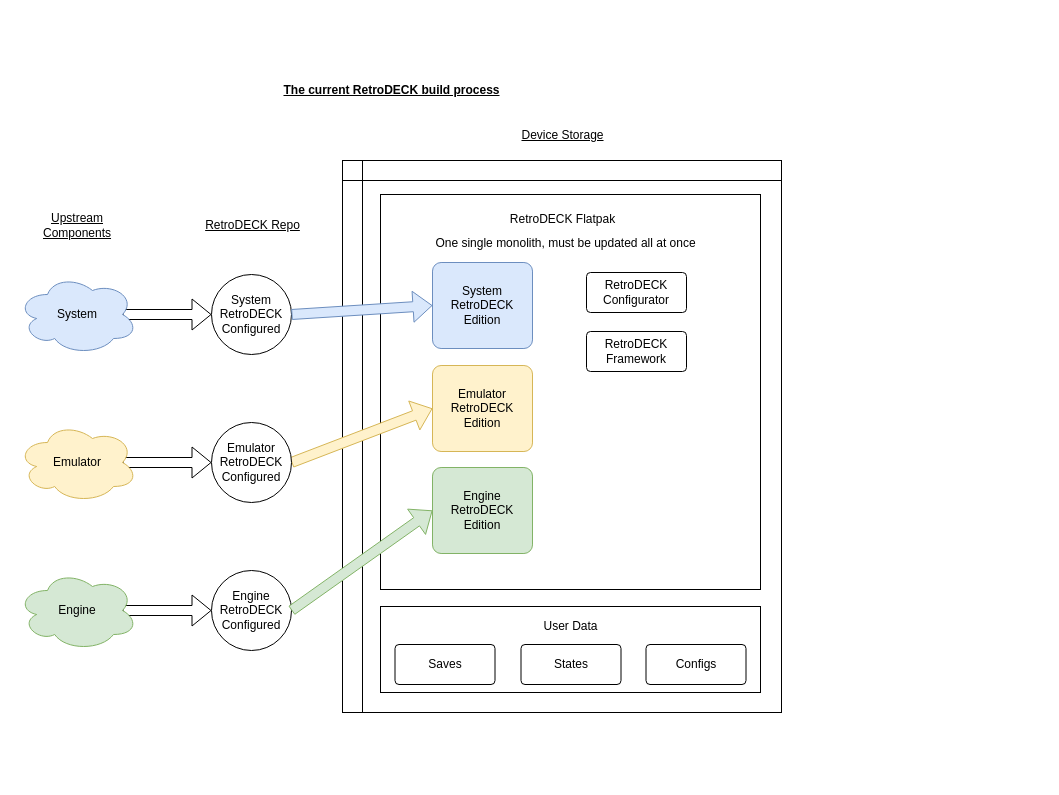
This is wiki-rtd/docs/wip/RetroDECK Classic.drawio from RetroDECK/Wiki, a draw.io file, before an edit. Source tidied: cells renumbered, new cells numbered last; positions are measured from the earlier drawing's top-left corner, leaving out a move shared by most shapes. Both pictures are drawn from the tidied source at 100%, with x=0, y=0 at pixel (17, 75).
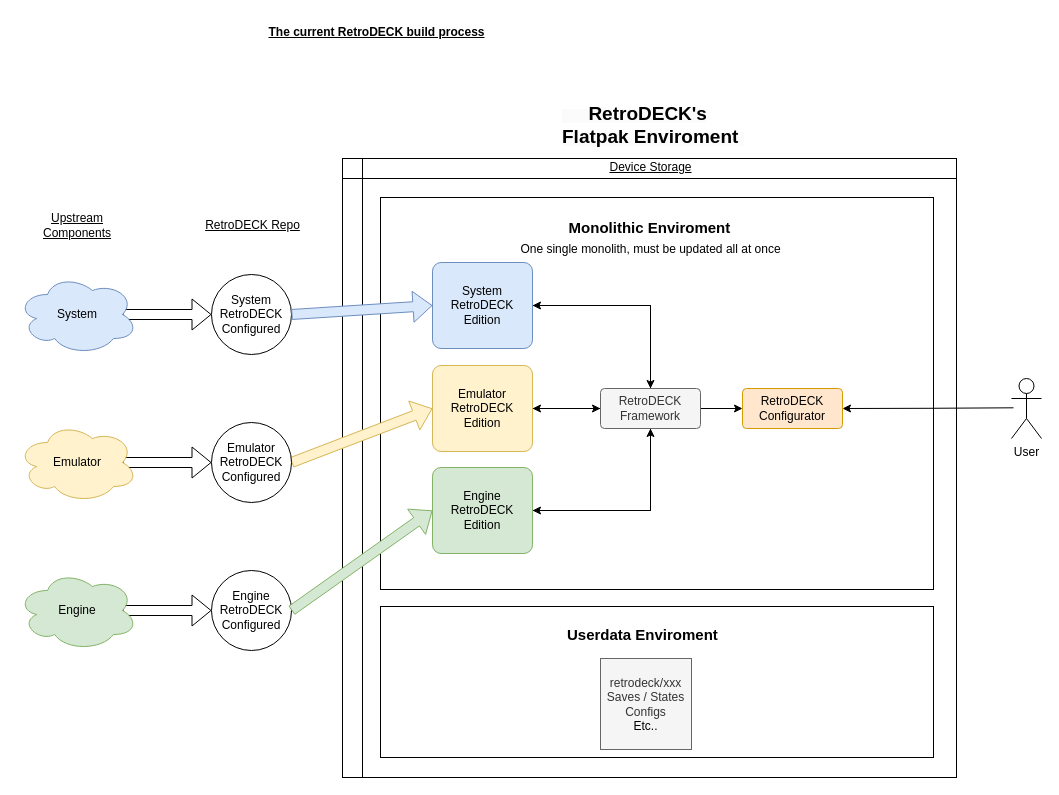
The same diagram, later.

Unchanged cells that the change refers to:
```xml
<mxCell id="25" value="System&lt;div&gt;RetroDECK&lt;/div&gt;&lt;div&gt;Edition&lt;/div&gt;" style="rounded=1;arcSize=10;whiteSpace=wrap;html=1;align=center;fillColor=#dae8fc;strokeColor=#6c8ebf;" parent="1" vertex="1">
  <mxGeometry x="415" y="187" width="100" height="86" as="geometry" />
</mxCell>
<mxCell id="26" value="&lt;div&gt;&lt;div&gt;Engine&lt;/div&gt;&lt;div&gt;RetroDECK&lt;/div&gt;&lt;div&gt;Edition&lt;/div&gt;&lt;/div&gt;" style="rounded=1;arcSize=10;whiteSpace=wrap;html=1;align=center;fillColor=#d5e8d4;strokeColor=#82b366;" parent="1" vertex="1">
  <mxGeometry x="415" y="392" width="100" height="86" as="geometry" />
</mxCell>
<mxCell id="27" value="Emulator&lt;div&gt;RetroDECK&lt;/div&gt;&lt;div&gt;Edition&lt;/div&gt;" style="rounded=1;arcSize=10;whiteSpace=wrap;html=1;align=center;fillColor=#fff2cc;strokeColor=#d6b656;" parent="1" vertex="1">
  <mxGeometry x="415" y="290" width="100" height="86" as="geometry" />
</mxCell>
```

What changed in the source:
```diff
@@
     <mxCell id="2" style="shape=internalStorage;whiteSpace=wrap;html=1;backgroundOutline=1;" parent="1" vertex="1">
-      <mxGeometry x="325" y="85" width="439" height="552" as="geometry" />
+      <mxGeometry x="325" y="83" width="614" height="619" as="geometry" />
     </mxCell>
@@
     <mxCell id="6" style="rounded=0;whiteSpace=wrap;html=1;" parent="1" vertex="1">
-      <mxGeometry x="363" y="119" width="380" height="395" as="geometry" />
+      <mxGeometry x="363" y="122" width="553" height="392" as="geometry" />
     </mxCell>
-    <mxCell id="7" value="RetroDECK Flatpak" style="text;html=1;align=center;verticalAlign=middle;strokeColor=none;fillColor=none;" parent="1" vertex="1">
-      <mxGeometry x="483" y="131" width="123" height="26" as="geometry" />
+    <mxCell id="7" value="&lt;b&gt;&lt;font style=&quot;font-size: 15px;&quot;&gt;&lt;br&gt;Monolithic&amp;nbsp;&lt;span style=&quot;background-color: transparent; color: light-dark(rgb(0, 0, 0), rgb(255, 255, 255));&quot;&gt;Enviroment&amp;nbsp;&lt;/span&gt;&lt;/font&gt;&lt;/b&gt;" style="text;html=1;align=center;verticalAlign=middle;strokeColor=none;fillColor=none;" parent="1" vertex="1">
+      <mxGeometry x="541.5" y="119" width="184" height="48" as="geometry" />
     </mxCell>
@@
     <mxCell id="12" value="&lt;b&gt;&lt;u&gt;The current RetroDECK build process&lt;/u&gt;&lt;/b&gt;" style="text;html=1;align=center;verticalAlign=middle;whiteSpace=wrap;rounded=0;" parent="1" vertex="1">
-      <mxGeometry x="203" width="343" height="30" as="geometry" />
+      <mxGeometry x="188" y="-58" width="343" height="30" as="geometry" />
     </mxCell>
@@
     <mxCell id="14" value="One single monolith, must be updated all at once" style="text;html=1;align=center;verticalAlign=middle;strokeColor=none;fillColor=none;" parent="1" vertex="1">
-      <mxGeometry x="409" y="155" width="278" height="26" as="geometry" />
+      <mxGeometry x="494" y="161" width="278" height="26" as="geometry" />
     </mxCell>
     <mxCell id="15" value="&lt;u&gt;Device Storage&lt;/u&gt;" style="text;html=1;align=center;verticalAlign=middle;strokeColor=none;fillColor=none;" parent="1" vertex="1">
-      <mxGeometry x="494.5" y="47" width="100" height="26" as="geometry" />
+      <mxGeometry x="583" y="79" width="100" height="26" as="geometry" />
     </mxCell>
+    <mxCell id="32" style="edgeStyle=orthogonalEdgeStyle;rounded=0;jettySize=auto;html=1;entryX=1;entryY=0.5;entryDx=0;entryDy=0;exitX=0.5;exitY=0;exitDx=0;exitDy=0;" parent="1" edge="1" source="16" target="25">
+      <mxGeometry relative="1" as="geometry" />
+    </mxCell>
+    <mxCell id="33" style="edgeStyle=orthogonalEdgeStyle;rounded=0;jettySize=auto;html=1;" parent="1" edge="1" source="16" target="27">
+      <mxGeometry relative="1" as="geometry" />
+    </mxCell>
+    <mxCell id="34" style="edgeStyle=orthogonalEdgeStyle;rounded=0;jettySize=auto;html=1;entryX=1;entryY=0.5;entryDx=0;entryDy=0;exitX=0.5;exitY=1;exitDx=0;exitDy=0;" parent="1" edge="1" source="16" target="26">
+      <mxGeometry relative="1" as="geometry" />
+    </mxCell>
+    <mxCell id="35" style="edgeStyle=orthogonalEdgeStyle;rounded=0;jettySize=auto;html=1;exitX=1;exitY=0.5;exitDx=0;exitDy=0;" parent="1" edge="1" source="16" target="17">
+      <mxGeometry relative="1" as="geometry" />
+    </mxCell>
-    <mxCell id="16" value="RetroDECK&lt;div&gt;Framework&lt;/div&gt;" style="rounded=1;arcSize=10;whiteSpace=wrap;html=1;align=center;" parent="1" vertex="1">
-      <mxGeometry x="569" y="256" width="100" height="40" as="geometry" />
+    <mxCell id="16" value="RetroDECK&lt;div&gt;Framework&lt;/div&gt;" style="rounded=1;arcSize=10;whiteSpace=wrap;html=1;align=center;fillColor=#f5f5f5;fontColor=#333333;strokeColor=#666666;" parent="1" vertex="1">
+      <mxGeometry x="583" y="313" width="100" height="40" as="geometry" />
     </mxCell>
-    <mxCell id="17" value="RetroDECK&lt;div&gt;Configurator&lt;/div&gt;" style="rounded=1;arcSize=10;whiteSpace=wrap;html=1;align=center;" parent="1" vertex="1">
-      <mxGeometry x="569" y="197" width="100" height="40" as="geometry" />
+    <mxCell id="17" value="RetroDECK&lt;div&gt;Configurator&lt;/div&gt;" style="rounded=1;arcSize=10;whiteSpace=wrap;html=1;align=center;fillColor=#ffe6cc;strokeColor=#d79b00;" parent="1" vertex="1">
+      <mxGeometry x="725" y="313" width="100" height="40" as="geometry" />
     </mxCell>
     <mxCell id="18" style="rounded=0;whiteSpace=wrap;html=1;" parent="1" vertex="1">
-      <mxGeometry x="363" y="531" width="380" height="86" as="geometry" />
+      <mxGeometry x="363" y="531" width="553" height="151" as="geometry" />
     </mxCell>
-    <mxCell id="19" value="User Data" style="text;html=1;align=center;verticalAlign=middle;strokeColor=none;fillColor=none;" parent="1" vertex="1">
-      <mxGeometry x="517" y="538" width="72" height="26" as="geometry" />
-    </mxCell>
-    <mxCell id="20" value="Saves" style="rounded=1;arcSize=10;whiteSpace=wrap;html=1;align=center;" parent="1" vertex="1">
-      <mxGeometry x="377.5" y="569" width="100" height="40" as="geometry" />
-    </mxCell>
-    <mxCell id="21" value="States" style="rounded=1;arcSize=10;whiteSpace=wrap;html=1;align=center;" parent="1" vertex="1">
-      <mxGeometry x="503.5" y="569" width="100" height="40" as="geometry" />
-    </mxCell>
-    <mxCell id="22" value="Configs" style="rounded=1;arcSize=10;whiteSpace=wrap;html=1;align=center;" parent="1" vertex="1">
-      <mxGeometry x="628.5" y="569" width="100" height="40" as="geometry" />
-    </mxCell>
@@
+    <mxCell id="36" style="edgeStyle=orthogonalEdgeStyle;rounded=0;jettySize=auto;html=1;entryX=0.5;entryY=0;entryDx=0;entryDy=0;" parent="1" edge="1" source="25" target="16">
+      <mxGeometry relative="1" as="geometry" />
+    </mxCell>
@@
+    <mxCell id="37" style="edgeStyle=orthogonalEdgeStyle;rounded=0;jettySize=auto;html=1;entryX=0.5;entryY=1;entryDx=0;entryDy=0;" parent="1" edge="1" source="26" target="16">
+      <mxGeometry relative="1" as="geometry" />
+    </mxCell>
@@
+    <mxCell id="38" style="edgeStyle=orthogonalEdgeStyle;rounded=0;jettySize=auto;html=1;entryX=0;entryY=0.5;entryDx=0;entryDy=0;" parent="1" edge="1" source="27" target="16">
+      <mxGeometry relative="1" as="geometry" />
+    </mxCell>
@@
+    <mxCell id="39" style="edgeStyle=orthogonalEdgeStyle;rounded=0;orthogonalLoop=1;jettySize=auto;html=1;exitX=0.5;exitY=1;exitDx=0;exitDy=0;" parent="1" edge="1" source="16" target="16">
+      <mxGeometry relative="1" as="geometry" />
+    </mxCell>
+    <mxCell id="40" value="&lt;b&gt;&lt;font style=&quot;font-size: 15px;&quot;&gt;Userdata&amp;nbsp;&lt;span style=&quot;background-color: transparent; color: light-dark(rgb(0, 0, 0), rgb(255, 255, 255));&quot;&gt;Enviroment&amp;nbsp;&lt;/span&gt;&lt;/font&gt;&lt;/b&gt;" style="text;html=1;align=center;verticalAlign=middle;strokeColor=none;fillColor=none;" parent="1" vertex="1">
+      <mxGeometry x="540" y="544" width="173" height="30" as="geometry" />
+    </mxCell>
+    <mxCell id="41" value="&lt;div&gt;retrodeck/xxx&lt;/div&gt;&lt;div&gt;Saves / States&lt;/div&gt;&lt;div&gt;Configs&lt;span style=&quot;background-color: transparent; color: light-dark(rgb(0, 0, 0), rgb(255, 255, 255));&quot;&gt;&lt;br&gt;&lt;/span&gt;&lt;/div&gt;&lt;div&gt;&lt;span style=&quot;background-color: transparent; color: light-dark(rgb(0, 0, 0), rgb(255, 255, 255));&quot;&gt;Etc..&lt;/span&gt;&lt;/div&gt;" style="whiteSpace=wrap;html=1;fillColor=#f5f5f5;fontColor=#333333;strokeColor=#666666;" parent="1" vertex="1">
+      <mxGeometry x="583" y="583" width="91" height="91" as="geometry" />
+    </mxCell>
+    <mxCell id="42" value="&lt;b style=&quot;forced-color-adjust: none; color: rgb(0, 0, 0); font-family: Helvetica; font-style: normal; font-variant-ligatures: normal; font-variant-caps: normal; letter-spacing: normal; orphans: 2; text-align: center; text-indent: 0px; text-transform: none; widows: 2; word-spacing: 0px; -webkit-text-stroke-width: 0px; white-space: nowrap; background-color: rgb(251, 251, 251); text-decoration-thickness: initial; text-decoration-style: initial; text-decoration-color: initial;&quot;&gt;&lt;font style=&quot;forced-color-adjust: none; font-size: 19px;&quot;&gt;&amp;nbsp; &amp;nbsp; &amp;nbsp;RetroDECK's&lt;br style=&quot;forced-color-adjust: none;&quot;&gt;Flatpak&amp;nbsp;&lt;span style=&quot;forced-color-adjust: none; background-color: transparent; color: light-dark(rgb(0, 0, 0), rgb(255, 255, 255));&quot;&gt;Enviroment&amp;nbsp;&lt;/span&gt;&lt;/font&gt;&lt;/b&gt;" style="text;whiteSpace=wrap;html=1;" parent="1" vertex="1">
+      <mxGeometry x="543" y="21" width="171" height="58" as="geometry" />
+    </mxCell>
+    <mxCell id="43" style="edgeStyle=orthogonalEdgeStyle;rounded=0;jettySize=auto;html=1;exitX=0;exitY=0.3333333333333333;exitDx=0;exitDy=0;exitPerimeter=0;" parent="1" edge="1" target="17">
+      <mxGeometry relative="1" as="geometry">
+        <mxPoint x="996" y="332.3" as="sourcePoint" />
+      </mxGeometry>
+    </mxCell>
+    <mxCell id="44" value="User" style="shape=umlActor;verticalLabelPosition=bottom;verticalAlign=top;html=1;" parent="1" vertex="1">
+      <mxGeometry x="994" y="303" width="30" height="60" as="geometry" />
+    </mxCell>
```
